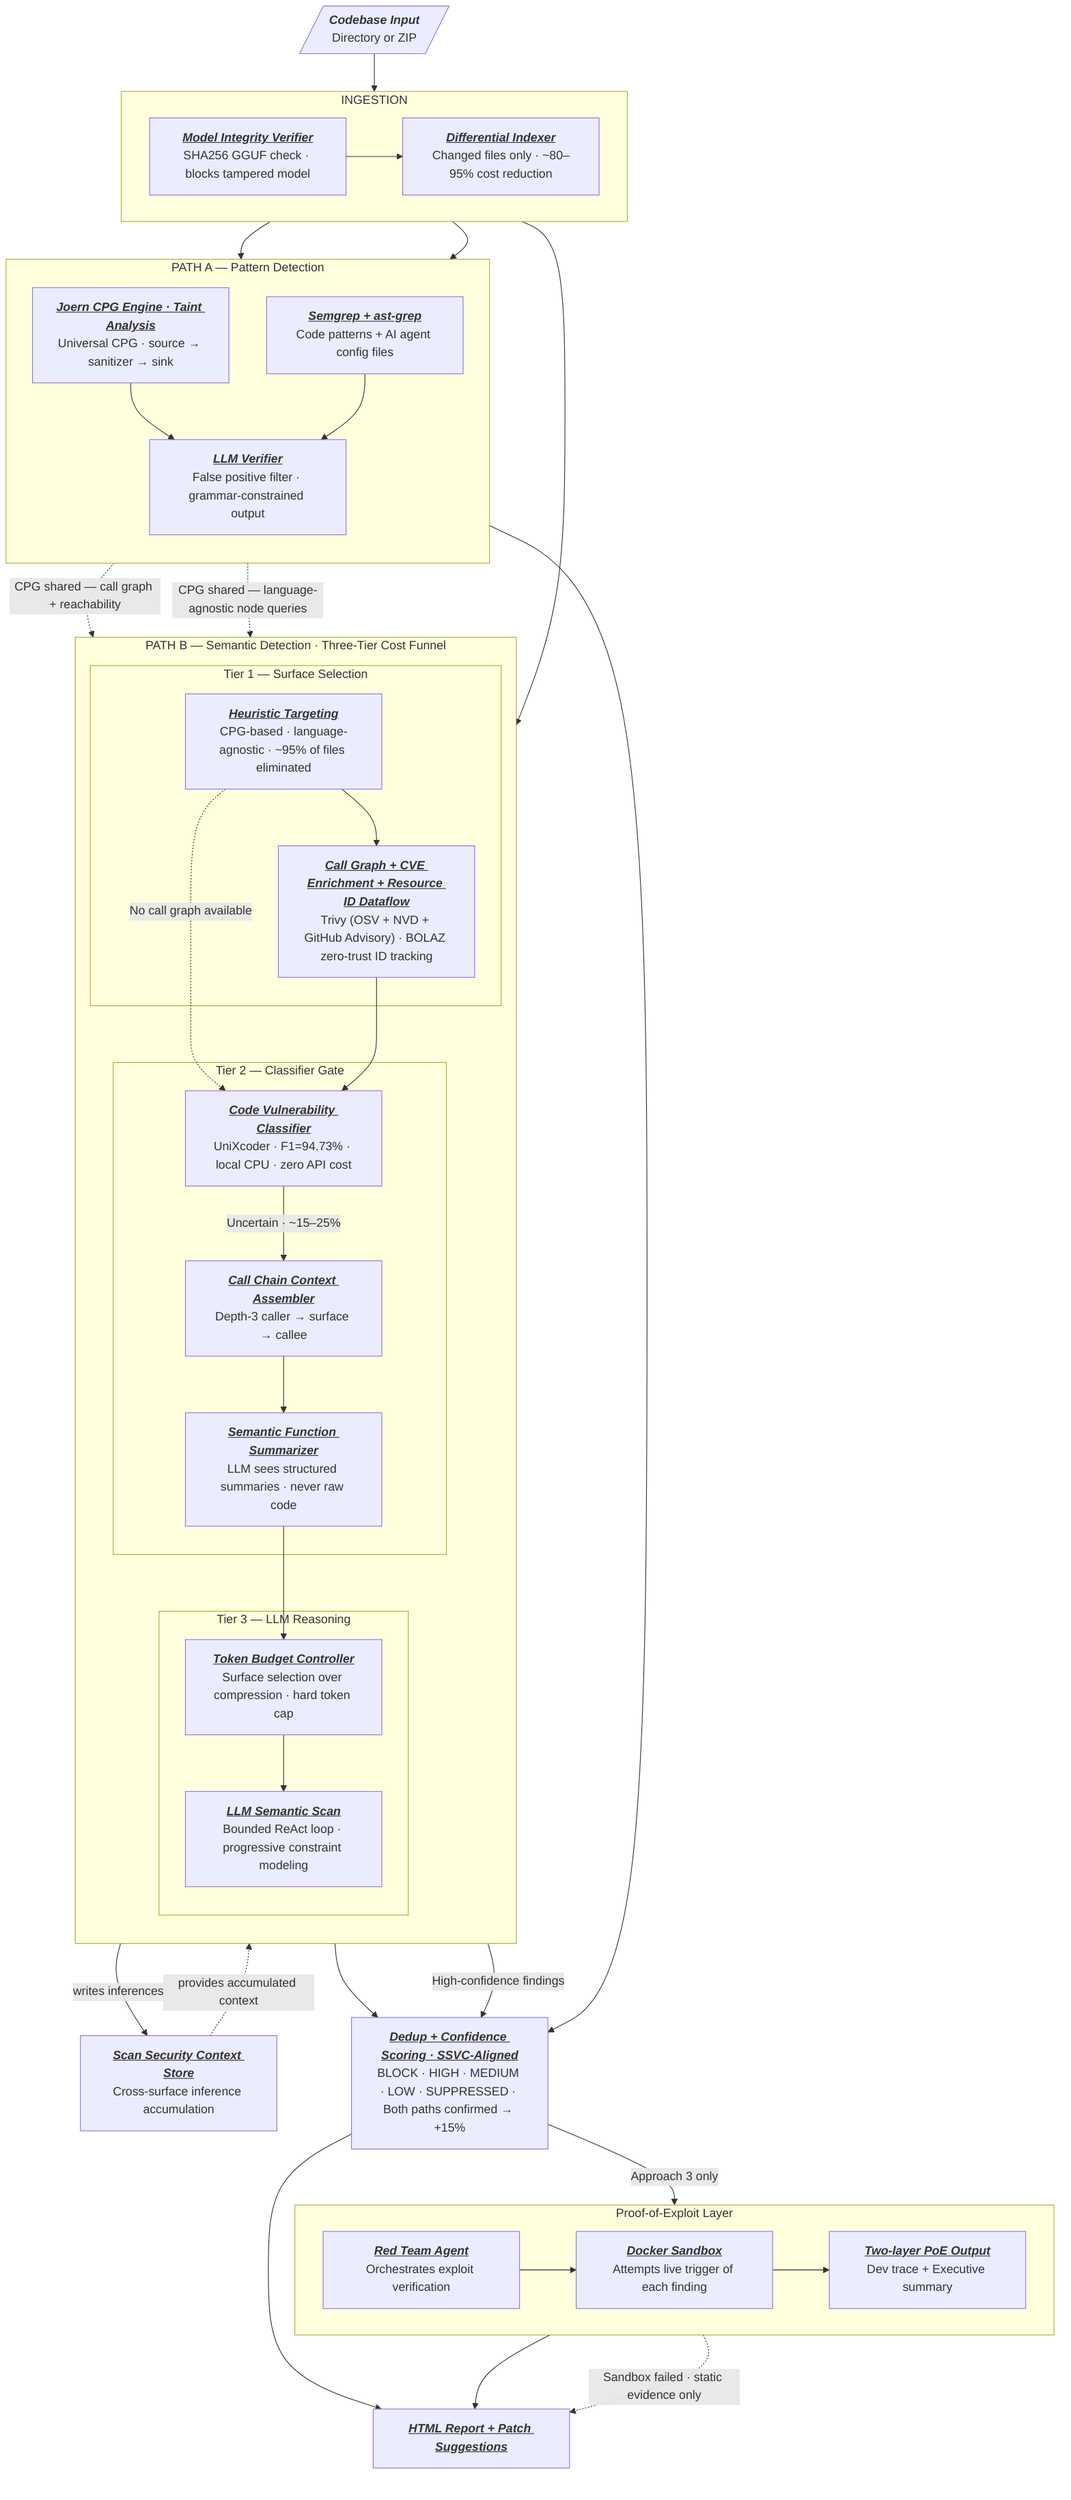
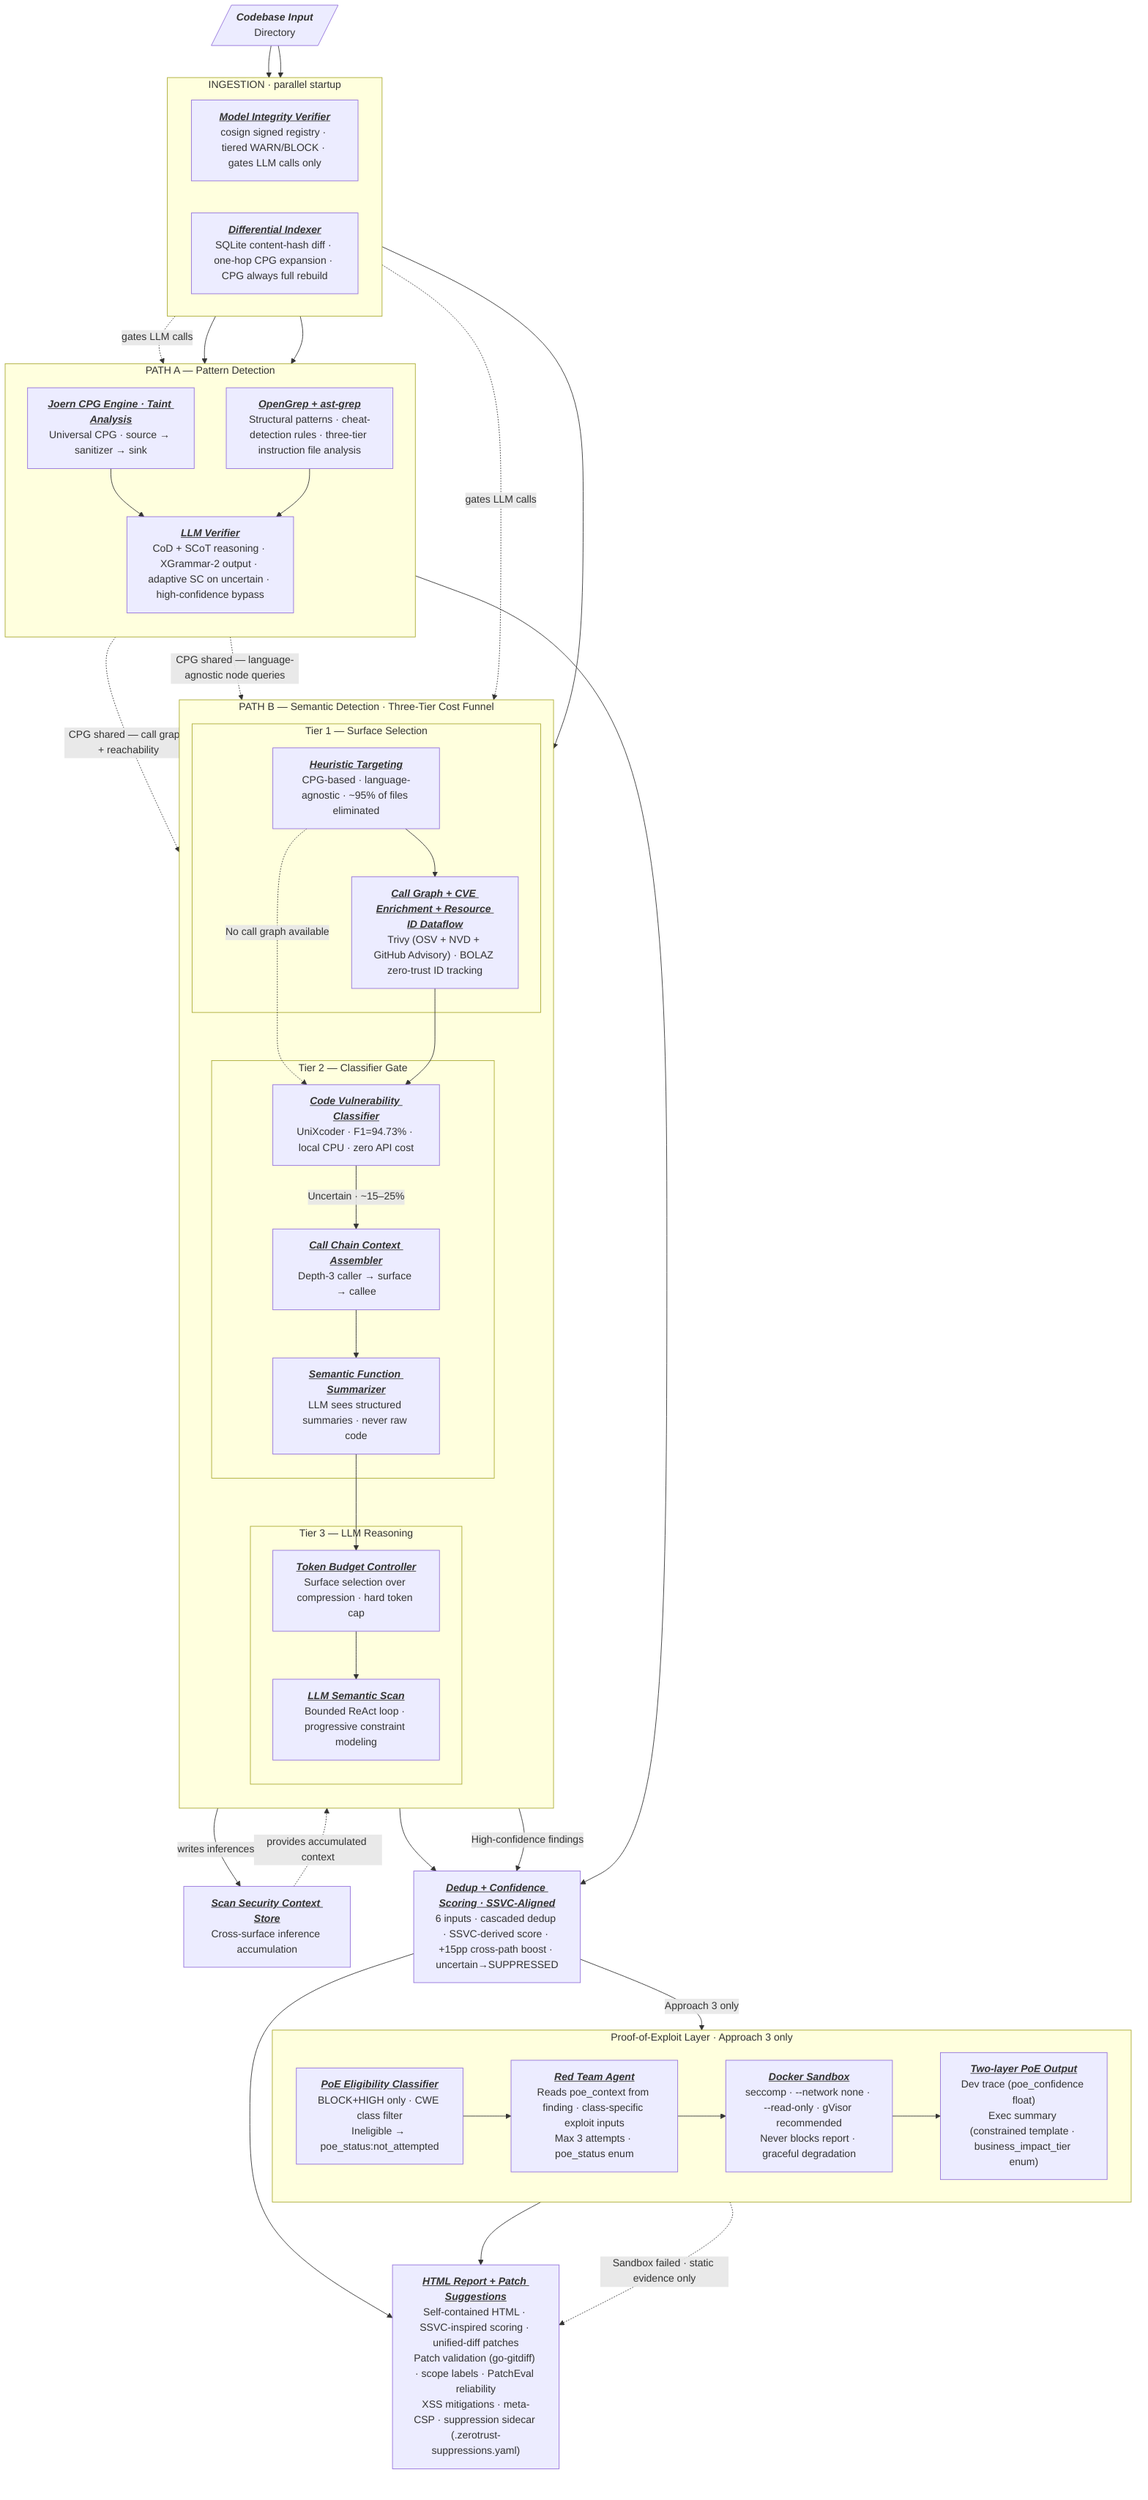
graph TD
-     Input[/"<b><i>Codebase Input</i></b>\nDirectory or ZIP"/]
+     Input[/"<b><i>Codebase Input</i></b>\nDirectory"/]

-     subgraph INGEST["INGESTION"]
+     subgraph INGEST["INGESTION · parallel startup"]
        direction LR
-         MIV["<b><i><u>Model Integrity Verifier</u></i></b>\nSHA256 GGUF check · blocks tampered model"]
-         DI["<b><i><u>Differential Indexer</u></i></b>\nChanged files only · ~80–95% cost reduction"]
-         MIV --> DI
+         MIV["<b><i><u>Model Integrity Verifier</u></i></b>\ncosign signed registry · tiered WARN/BLOCK · gates LLM calls only"]
+         DI["<b><i><u>Differential Indexer</u></i></b>\nSQLite content-hash diff · one-hop CPG expansion · CPG always full rebuild"]
    end

    subgraph PA["PATH A — Pattern Detection"]
        direction TB
-         PA_SG["<b><i><u>Semgrep + ast-grep</u></i></b>\nCode patterns + AI agent config files"]
+         PA_SG["<b><i><u>OpenGrep + ast-grep</u></i></b>\nStructural patterns · cheat-detection rules · three-tier instruction file analysis"]
        PA_CQ["<b><i><u>Joern CPG Engine · Taint Analysis</u></i></b>\nUniversal CPG · source → sanitizer → sink"]
-         PA_LV["<b><i><u>LLM Verifier</u></i></b>\nFalse positive filter · grammar-constrained output"]
+         PA_LV["<b><i><u>LLM Verifier</u></i></b>\nCoD + SCoT reasoning · XGrammar-2 output · adaptive SC on uncertain · high-confidence bypass"]
        PA_CQ --> PA_LV
    end

    subgraph PB["PATH B — Semantic Detection · Three-Tier Cost Funnel"]
        direction TB

        subgraph T1["Tier 1 — Surface Selection"]
            PB_HT["<b><i><u>Heuristic Targeting</u></i></b>\nCPG-based · language-agnostic · ~95% of files eliminated"]
            PB_CG["<b><i><u>Call Graph + CVE Enrichment + Resource ID Dataflow</u></i></b>\nTrivy (OSV + NVD + GitHub Advisory) · BOLAZ zero-trust ID tracking"]
        end

        subgraph T2["Tier 2 — Classifier Gate"]
            PB_CC["<b><i><u>Code Vulnerability Classifier</u></i></b>\nUniXcoder · F1=94.73% · local CPU · zero API cost"]
            PB_CCCA["<b><i><u>Call Chain Context Assembler</u></i></b>\nDepth-3 caller → surface → callee"]
            PB_SFS["<b><i><u>Semantic Function Summarizer</u></i></b>\nLLM sees structured summaries · never raw code"]
        end

        subgraph T3["Tier 3 — LLM Reasoning"]
            PB_TB["<b><i><u>Token Budget Controller</u></i></b>\nSurface selection over compression · hard token cap"]
            PB_LS["<b><i><u>LLM Semantic Scan</u></i></b>\nBounded ReAct loop · progressive constraint modeling"]
        end

        PB_CC -->|"Uncertain · ~15–25%"| PB_CCCA
        PB_CCCA --> PB_SFS
        PB_SFS --> PB_TB
        PB_TB --> PB_LS
        PB_HT -.->|"No call graph available"| PB_CC
        PB_HT --> PB_CG
        PB_CG --> PB_CC
    end

    Input --> MIV
+     Input --> DI
+     MIV -.->|"gates LLM calls"| PA_LV
+     MIV -.->|"gates LLM calls"| PB_LS
    DI --> PA_SG
    DI --> PA_CQ
    DI --> PB_HT

    PA_CQ -.->|"CPG shared — call graph + reachability"| PB_CG
    PA_CQ -.->|"CPG shared — language-agnostic node queries"| PB_HT

    SCS["<b><i><u>Scan Security Context Store</u></i></b>\nCross-surface inference accumulation"]
    PB_LS -->|"writes inferences"| SCS
    SCS -.->|"provides accumulated context"| PB_LS

    PA_SG --> PA_LV
    PB_LS --> Dedup
    PB_CC -->|"High-confidence findings"| Dedup
    PA_LV --> Dedup

-     Dedup["<b><i><u>Dedup + Confidence Scoring · SSVC-Aligned</u></i></b>\nBLOCK · HIGH · MEDIUM · LOW · SUPPRESSED · Both paths confirmed → +15%"]
+     Dedup["<b><i><u>Dedup + Confidence Scoring · SSVC-Aligned</u></i></b>\n6 inputs · cascaded dedup · SSVC-derived score · +15pp cross-path boost · uncertain→SUPPRESSED"]

-     subgraph PoE["Proof-of-Exploit Layer"]
+     subgraph PoE["Proof-of-Exploit Layer · Approach 3 only"]
        direction LR
-         RTA["<b><i><u>Red Team Agent</u></i></b>\nOrchestrates exploit verification"]
-         DS["<b><i><u>Docker Sandbox</u></i></b>\nAttempts live trigger of each finding"]
-         PoEDoc["<b><i><u>Two-layer PoE Output</u></i></b>\nDev trace + Executive summary"]
-         RTA --> DS --> PoEDoc
+         PoE_EC["<b><i><u>PoE Eligibility Classifier</u></i></b>\nBLOCK+HIGH only · CWE class filter\nIneligible → poe_status:not_attempted"]
+         RTA["<b><i><u>Red Team Agent</u></i></b>\nReads poe_context from finding · class-specific exploit inputs\nMax 3 attempts · poe_status enum"]
+         DS["<b><i><u>Docker Sandbox</u></i></b>\nseccomp · --network none · --read-only · gVisor recommended\nNever blocks report · graceful degradation"]
+         PoEDoc["<b><i><u>Two-layer PoE Output</u></i></b>\nDev trace (poe_confidence float)\nExec summary (constrained template · business_impact_tier enum)"]
+         PoE_EC --> RTA --> DS --> PoEDoc
    end

-     Dedup -->|"Approach 3 only"| RTA
+     Dedup -->|"Approach 3 only"| PoE_EC
    Dedup --> FinalReport
    PoEDoc --> FinalReport
    DS -.->|"Sandbox failed · static evidence only"| FinalReport

-     FinalReport["<b><i><u>HTML Report + Patch Suggestions</u></i></b>"]
+     FinalReport["<b><i><u>HTML Report + Patch Suggestions</u></i></b>\nSelf-contained HTML · SSVC-inspired scoring · unified-diff patches\nPatch validation (go-gitdiff) · scope labels · PatchEval reliability\nXSS mitigations · meta-CSP · suppression sidecar (.zerotrust-suppressions.yaml)"]
